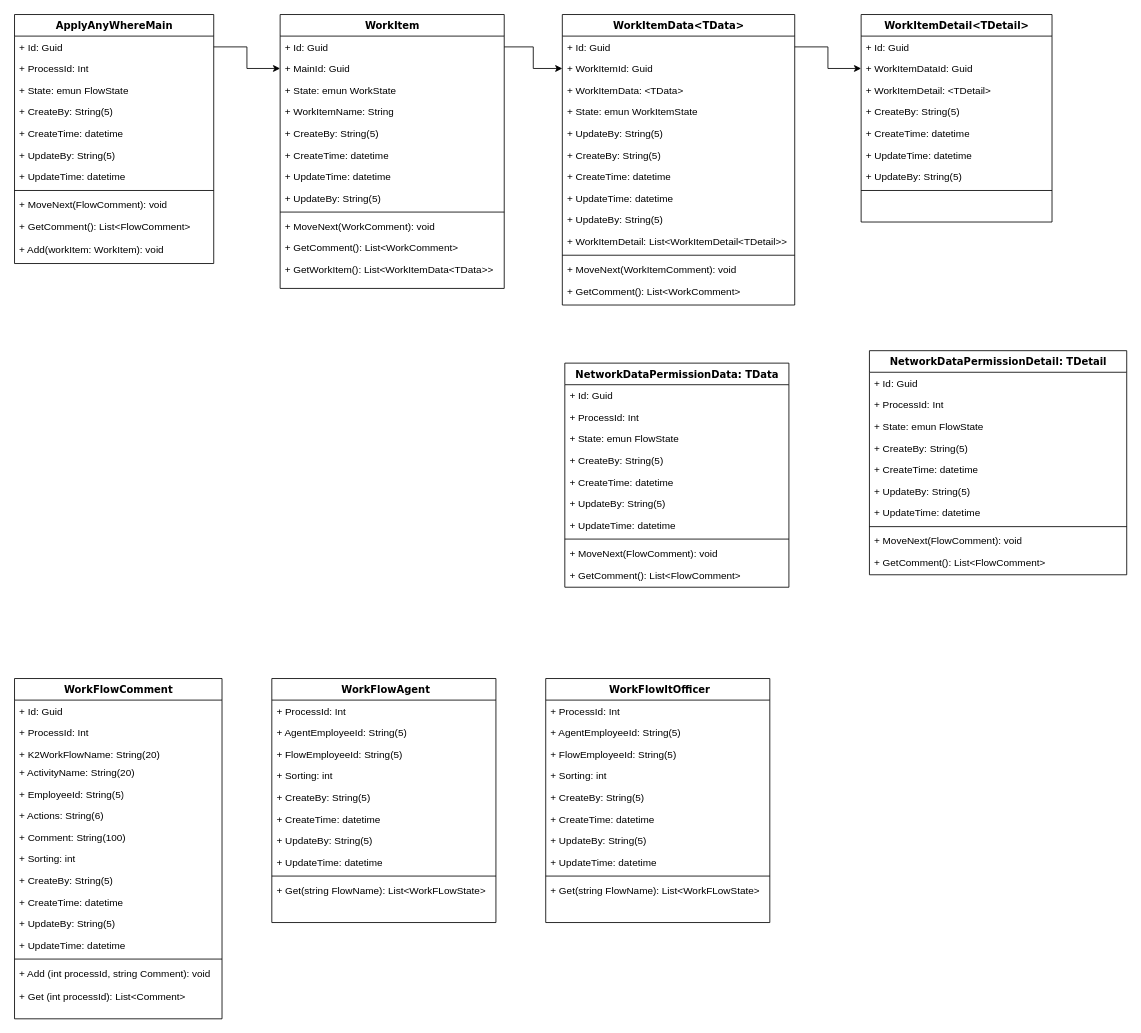
Earlier version of the draw.io diagram ApplyAnywhereUml.drawio (chadyeh-yc/ApplyAnywhere). Source tidied: cells renumbered, new cells numbered last; positions are measured from the earlier drawing's top-left corner, leaving out a move shared by most shapes. Both pictures are drawn from the tidied source at 83%, with x=0, y=0 at pixel (14, 14).
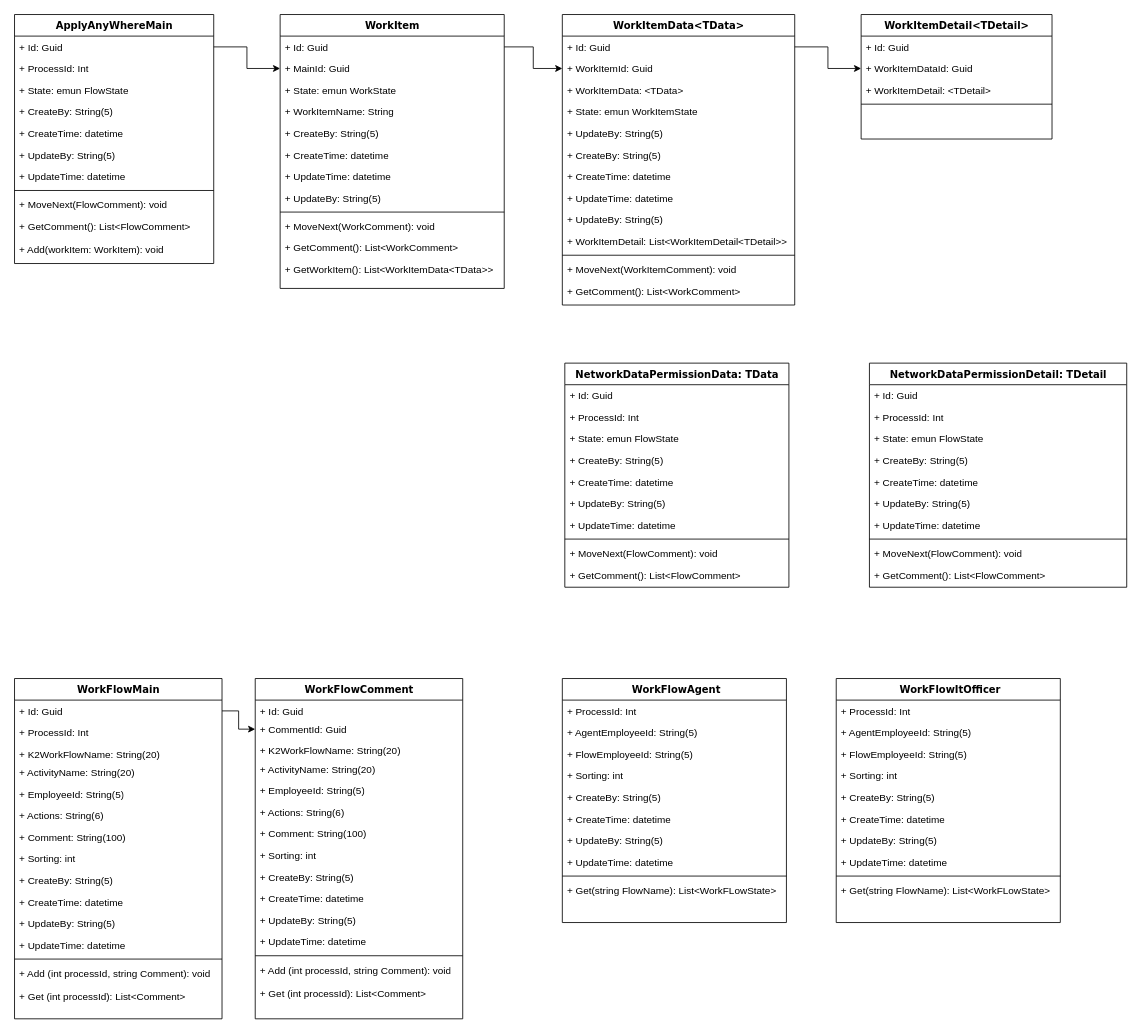
Above is the later version.

Unchanged cells that the change refers to:
```xml
<mxCell id="3" value="+ Id: Guid" style="text;html=1;strokeColor=none;fillColor=none;align=left;verticalAlign=top;spacingLeft=4;spacingRight=4;whiteSpace=wrap;overflow=hidden;points=[[0,0.5],[1,0.5]];portConstraint=eastwest;" parent="2" vertex="1">
  <mxGeometry y="26" width="250" height="26" as="geometry" />
</mxCell>
```

Diff of the diagram source:
```diff
@@
-    <mxCell id="2" value="WorkFlowComment" style="swimlane;html=1;fontStyle=1;align=center;verticalAlign=top;horizontal=1;startSize=26;swimlaneFillColor=#ffffff;rounded=0;shadow=0;comic=0;labelBackgroundColor=none;strokeWidth=1;fillColor=none;fontFamily=Verdana;fontSize=12;" parent="1" vertex="1">
+    <mxCell id="2" value="WorkFlowMain" style="swimlane;html=1;fontStyle=1;align=center;verticalAlign=top;horizontal=1;startSize=26;swimlaneFillColor=#ffffff;rounded=0;shadow=0;comic=0;labelBackgroundColor=none;strokeWidth=1;fillColor=none;fontFamily=Verdana;fontSize=12;" parent="1" vertex="1">
       <mxGeometry y="800" width="250" height="410" as="geometry" />
     </mxCell>
@@
     <mxCell id="18" value="&amp;nbsp;WorkFlowAgent" style="swimlane;html=1;fontStyle=1;align=center;verticalAlign=top;horizontal=1;startSize=26;swimlaneFillColor=#ffffff;rounded=0;shadow=0;comic=0;labelBackgroundColor=none;strokeWidth=1;fillColor=none;fontFamily=Verdana;fontSize=12;" parent="1" vertex="1">
-      <mxGeometry x="310" y="800" width="270" height="294" as="geometry" />
+      <mxGeometry x="660" y="800" width="270" height="294" as="geometry" />
     </mxCell>
@@
     <mxCell id="68" value="&amp;nbsp;WorkFlowItOfficer" style="swimlane;html=1;fontStyle=1;align=center;verticalAlign=top;horizontal=1;startSize=26;swimlaneFillColor=#ffffff;rounded=0;shadow=0;comic=0;labelBackgroundColor=none;strokeWidth=1;fillColor=none;fontFamily=Verdana;fontSize=12;" parent="1" vertex="1">
-      <mxGeometry x="640" y="800" width="270" height="294" as="geometry" />
+      <mxGeometry x="990" y="800" width="270" height="294" as="geometry" />
     </mxCell>
@@
     <mxCell id="79" value="WorkItemDetail&amp;lt;TDetail&amp;gt;" style="swimlane;html=1;fontStyle=1;align=center;verticalAlign=top;horizontal=1;startSize=26;swimlaneFillColor=#ffffff;rounded=0;shadow=0;comic=0;labelBackgroundColor=none;strokeWidth=1;fillColor=none;fontFamily=Verdana;fontSize=12;" parent="1" vertex="1">
-      <mxGeometry x="1020" width="230" height="250" as="geometry" />
+      <mxGeometry x="1020" width="230" height="150" as="geometry" />
     </mxCell>
@@
-    <mxCell id="83" value="+ CreateBy: String(5)" style="text;html=1;strokeColor=none;fillColor=none;align=left;verticalAlign=top;spacingLeft=4;spacingRight=4;whiteSpace=wrap;overflow=hidden;" parent="79" vertex="1">
-      <mxGeometry y="104" width="230" height="26" as="geometry" />
-    </mxCell>
-    <mxCell id="84" value="+ CreateTime:&amp;nbsp;datetime" style="text;html=1;strokeColor=none;fillColor=none;align=left;verticalAlign=top;spacingLeft=4;spacingRight=4;whiteSpace=wrap;overflow=hidden;" parent="79" vertex="1">
-      <mxGeometry y="130" width="230" height="26" as="geometry" />
-    </mxCell>
-    <mxCell id="85" value="+ UpdateTime:&amp;nbsp;datetime" style="text;html=1;strokeColor=none;fillColor=none;align=left;verticalAlign=top;spacingLeft=4;spacingRight=4;whiteSpace=wrap;overflow=hidden;" parent="79" vertex="1">
-      <mxGeometry y="156" width="230" height="26" as="geometry" />
-    </mxCell>
-    <mxCell id="86" value="+ UpdateBy: String(5)" style="text;html=1;strokeColor=none;fillColor=none;align=left;verticalAlign=top;spacingLeft=4;spacingRight=4;whiteSpace=wrap;overflow=hidden;" parent="79" vertex="1">
-      <mxGeometry y="182" width="230" height="26" as="geometry" />
-    </mxCell>
     <mxCell id="87" style="line;html=1;strokeWidth=1;fillColor=none;align=left;verticalAlign=middle;spacingTop=-1;spacingLeft=3;spacingRight=3;labelPosition=right;" parent="79" vertex="1">
-      <mxGeometry y="208" width="230" height="8" as="geometry" />
+      <mxGeometry y="104" width="230" height="8" as="geometry" />
     </mxCell>
@@
     <mxCell id="102" value="NetworkDataPermissionDetail: TDetail" style="swimlane;html=1;fontStyle=1;align=center;verticalAlign=top;horizontal=1;startSize=26;swimlaneFillColor=#ffffff;rounded=0;shadow=0;comic=0;labelBackgroundColor=none;strokeWidth=1;fillColor=none;fontFamily=Verdana;fontSize=12;" parent="1" vertex="1">
-      <mxGeometry x="1030" y="405" width="310" height="270" as="geometry" />
+      <mxGeometry x="1030" y="420" width="310" height="270" as="geometry" />
     </mxCell>
@@
+    <mxCell id="113" value="WorkFlowComment" style="swimlane;html=1;fontStyle=1;align=center;verticalAlign=top;horizontal=1;startSize=26;swimlaneFillColor=#ffffff;rounded=0;shadow=0;comic=0;labelBackgroundColor=none;strokeWidth=1;fillColor=none;fontFamily=Verdana;fontSize=12;" parent="1" vertex="1">
+      <mxGeometry x="290" y="800" width="250" height="410" as="geometry" />
+    </mxCell>
+    <mxCell id="114" value="+ Id: Guid" style="text;html=1;strokeColor=none;fillColor=none;align=left;verticalAlign=top;spacingLeft=4;spacingRight=4;whiteSpace=wrap;overflow=hidden;" parent="113" vertex="1">
+      <mxGeometry y="26" width="250" height="22" as="geometry" />
+    </mxCell>
+    <mxCell id="115" value="+ CommentId: Guid" style="text;html=1;strokeColor=none;fillColor=none;align=left;verticalAlign=top;spacingLeft=4;spacingRight=4;whiteSpace=wrap;overflow=hidden;points=[[0,0.5],[1,0.5]];portConstraint=eastwest;" parent="113" vertex="1">
+      <mxGeometry y="48" width="250" height="26" as="geometry" />
+    </mxCell>
+    <mxCell id="116" value="+ K2WorkFlowName: String(20)" style="text;html=1;strokeColor=none;fillColor=none;align=left;verticalAlign=top;spacingLeft=4;spacingRight=4;whiteSpace=wrap;overflow=hidden;" parent="113" vertex="1">
+      <mxGeometry y="74" width="250" height="22" as="geometry" />
+    </mxCell>
+    <mxCell id="117" value="+ ActivityName: String(20)" style="text;html=1;strokeColor=none;fillColor=none;align=left;verticalAlign=top;spacingLeft=4;spacingRight=4;whiteSpace=wrap;overflow=hidden;" parent="113" vertex="1">
+      <mxGeometry y="96" width="250" height="26" as="geometry" />
+    </mxCell>
+    <mxCell id="118" value="+ EmployeeId: String(5)" style="text;html=1;strokeColor=none;fillColor=none;align=left;verticalAlign=top;spacingLeft=4;spacingRight=4;whiteSpace=wrap;overflow=hidden;" parent="113" vertex="1">
+      <mxGeometry y="122" width="250" height="26" as="geometry" />
+    </mxCell>
+    <mxCell id="119" value="+ Actions: String(6)" style="text;html=1;strokeColor=none;fillColor=none;align=left;verticalAlign=top;spacingLeft=4;spacingRight=4;whiteSpace=wrap;overflow=hidden;" parent="113" vertex="1">
+      <mxGeometry y="148" width="250" height="26" as="geometry" />
+    </mxCell>
+    <mxCell id="120" value="+ Comment: String(100)" style="text;html=1;strokeColor=none;fillColor=none;align=left;verticalAlign=top;spacingLeft=4;spacingRight=4;whiteSpace=wrap;overflow=hidden;" parent="113" vertex="1">
+      <mxGeometry y="174" width="250" height="26" as="geometry" />
+    </mxCell>
+    <mxCell id="121" value="+ Sorting: int" style="text;html=1;strokeColor=none;fillColor=none;align=left;verticalAlign=top;spacingLeft=4;spacingRight=4;whiteSpace=wrap;overflow=hidden;" parent="113" vertex="1">
+      <mxGeometry y="200" width="250" height="26" as="geometry" />
+    </mxCell>
+    <mxCell id="83" value="+ CreateBy: String(5)" style="text;html=1;strokeColor=none;fillColor=none;align=left;verticalAlign=top;spacingLeft=4;spacingRight=4;whiteSpace=wrap;overflow=hidden;" parent="113" vertex="1">
+      <mxGeometry y="226" width="250" height="26" as="geometry" />
+    </mxCell>
+    <mxCell id="84" value="+ CreateTime:&amp;nbsp;datetime" style="text;html=1;strokeColor=none;fillColor=none;align=left;verticalAlign=top;spacingLeft=4;spacingRight=4;whiteSpace=wrap;overflow=hidden;" parent="113" vertex="1">
+      <mxGeometry y="252" width="250" height="26" as="geometry" />
+    </mxCell>
+    <mxCell id="86" value="+ UpdateBy: String(5)" style="text;html=1;strokeColor=none;fillColor=none;align=left;verticalAlign=top;spacingLeft=4;spacingRight=4;whiteSpace=wrap;overflow=hidden;" parent="113" vertex="1">
+      <mxGeometry y="278" width="250" height="26" as="geometry" />
+    </mxCell>
+    <mxCell id="85" value="+ UpdateTime:&amp;nbsp;datetime" style="text;html=1;strokeColor=none;fillColor=none;align=left;verticalAlign=top;spacingLeft=4;spacingRight=4;whiteSpace=wrap;overflow=hidden;" parent="113" vertex="1">
+      <mxGeometry y="304" width="250" height="26" as="geometry" />
+    </mxCell>
+    <mxCell id="122" style="line;html=1;strokeWidth=1;fillColor=none;align=left;verticalAlign=middle;spacingTop=-1;spacingLeft=3;spacingRight=3;labelPosition=right;" parent="113" vertex="1">
+      <mxGeometry y="330" width="250" height="8" as="geometry" />
+    </mxCell>
+    <mxCell id="123" value="+ Add (int processId, string Comment): void" style="text;html=1;strokeColor=none;fillColor=none;align=left;verticalAlign=top;spacingLeft=4;spacingRight=4;whiteSpace=wrap;overflow=hidden;" parent="113" vertex="1">
+      <mxGeometry y="338" width="250" height="28" as="geometry" />
+    </mxCell>
+    <mxCell id="124" value="+ Get (int processId): List&amp;lt;Comment&amp;gt;" style="text;html=1;strokeColor=none;fillColor=none;align=left;verticalAlign=top;spacingLeft=4;spacingRight=4;whiteSpace=wrap;overflow=hidden;" parent="113" vertex="1">
+      <mxGeometry y="366" width="250" height="30" as="geometry" />
+    </mxCell>
+    <mxCell id="125" style="edgeStyle=orthogonalEdgeStyle;rounded=0;jettySize=auto;html=1;exitX=1;exitY=0.5;exitDx=0;exitDy=0;entryX=0;entryY=0.5;entryDx=0;entryDy=0;" parent="1" edge="1" source="3" target="115">
+      <mxGeometry relative="1" as="geometry" />
+    </mxCell>
```
